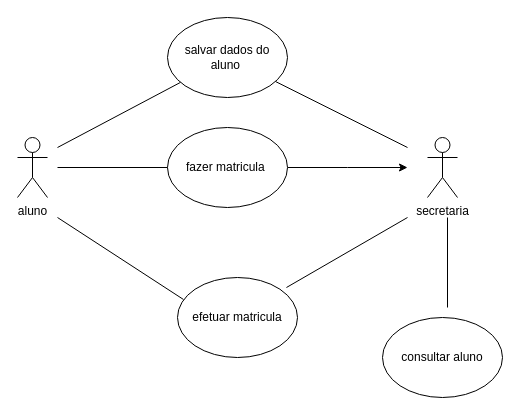
The draw.io diagram Untitled Diagram.drawio in gs0844/2ds2021ga, before the edit. Source tidied: cells renumbered, new cells numbered last; positions are measured from the earlier drawing's top-left corner, leaving out a move shared by most shapes. Both pictures are drawn from the tidied source at 100%, with x=0, y=0 at pixel (17, 17).
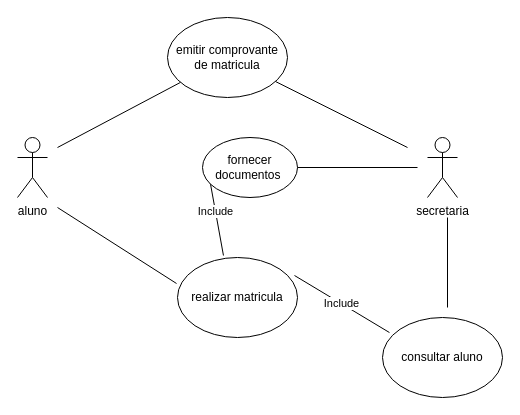
Above is the later version.

The change refers to these unchanged cells:
```xml
<mxCell id="7" value="consultar aluno" style="ellipse;whiteSpace=wrap;html=1;" parent="1" vertex="1">
  <mxGeometry x="365" y="300" width="120" height="80" as="geometry" />
</mxCell>
```

Change to the diagram source:
```diff
@@
-    <mxCell id="3" style="endArrow=none;html=1;rounded=0;" parent="1" edge="1">
+    <mxCell id="3" value="Include" style="endArrow=none;html=1;rounded=0;exitX=0.383;exitY=-0.025;exitDx=0;exitDy=0;exitPerimeter=0;" parent="1" edge="1" source="15">
       <mxGeometry relative="1" as="geometry">
-        <mxPoint x="40" y="150" as="sourcePoint" />
         <mxPoint x="190" y="150" as="targetPoint" />
       </mxGeometry>
     </mxCell>
-    <mxCell id="4" style="edgeStyle=orthogonalEdgeStyle;rounded=0;jettySize=auto;html=1;" parent="1" edge="1" source="5">
-      <mxGeometry relative="1" as="geometry">
-        <mxPoint x="390" y="150" as="targetPoint" />
-      </mxGeometry>
-    </mxCell>
-    <mxCell id="5" value="fazer matricula&amp;nbsp;" style="ellipse;whiteSpace=wrap;html=1;" parent="1" vertex="1">
-      <mxGeometry x="150" y="110" width="120" height="80" as="geometry" />
-    </mxCell>
@@
-    <mxCell id="9" value="salvar dados do aluno&amp;nbsp;" style="ellipse;whiteSpace=wrap;html=1;" parent="1" vertex="1">
+    <mxCell id="9" value="emitir comprovante de matricula" style="ellipse;whiteSpace=wrap;html=1;" parent="1" vertex="1">
       <mxGeometry x="150" width="120" height="80" as="geometry" />
     </mxCell>
@@
-    <mxCell id="12" style="endArrow=none;html=1;rounded=0;entryX=0.95;entryY=0.725;entryDx=0;entryDy=0;entryPerimeter=0;" parent="1" edge="1" target="14">
+    <mxCell id="12" style="endArrow=none;html=1;rounded=0;entryX=-0.008;entryY=0.325;entryDx=0;entryDy=0;entryPerimeter=0;" parent="1" edge="1" target="15">
       <mxGeometry relative="1" as="geometry">
-        <mxPoint x="40" y="200" as="sourcePoint" />
+        <mxPoint x="40" y="190" as="sourcePoint" />
       </mxGeometry>
     </mxCell>
-    <mxCell id="13" style="endArrow=none;html=1;rounded=0;exitX=0.092;exitY=0.875;exitDx=0;exitDy=0;exitPerimeter=0;" parent="1" edge="1" source="14">
-      <mxGeometry relative="1" as="geometry">
-        <mxPoint x="390" y="200" as="targetPoint" />
-      </mxGeometry>
+    <mxCell id="13" value="Include" style="endArrow=none;html=1;rounded=0;exitX=0.975;exitY=0.225;exitDx=0;exitDy=0;exitPerimeter=0;entryX=0.058;entryY=0.188;entryDx=0;entryDy=0;entryPerimeter=0;" parent="1" edge="1" source="15" target="7">
+      <mxGeometry relative="1" as="geometry" />
     </mxCell>
-    <mxCell id="14" value="efetuar matricula" style="ellipse;whiteSpace=wrap;html=1;direction=west;" parent="1" vertex="1">
-      <mxGeometry x="160" y="260" width="120" height="80" as="geometry" />
-    </mxCell>
+    <mxCell id="15" value="realizar matricula" style="ellipse;whiteSpace=wrap;html=1;" parent="1" vertex="1">
+      <mxGeometry x="160" y="240" width="120" height="80" as="geometry" />
+    </mxCell>
+    <mxCell id="16" value="fornecer documentos&amp;nbsp;" style="ellipse;whiteSpace=wrap;html=1;" parent="1" vertex="1">
+      <mxGeometry x="185" y="120" width="95" height="60" as="geometry" />
+    </mxCell>
+    <mxCell id="17" style="endArrow=none;html=1;rounded=0;exitX=1;exitY=0.5;exitDx=0;exitDy=0;" parent="1" edge="1" source="16">
+      <mxGeometry relative="1" as="geometry">
+        <mxPoint x="400" y="150" as="targetPoint" />
+      </mxGeometry>
+    </mxCell>
```
